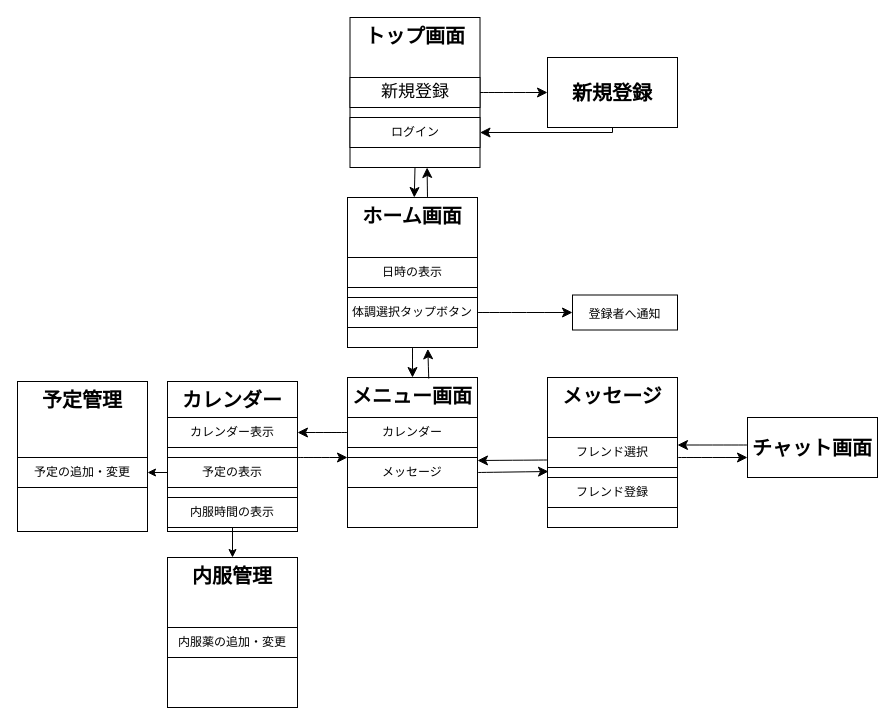
This is 画面遷移図 .drawio from ht19ssts/-, a draw.io file, before an edit. Source tidied: cells renumbered, new cells numbered last; positions are measured from the earlier drawing's top-left corner, leaving out a move shared by most shapes. Both pictures are drawn from the tidied source at 100%, with x=0, y=0 at pixel (17, 17).
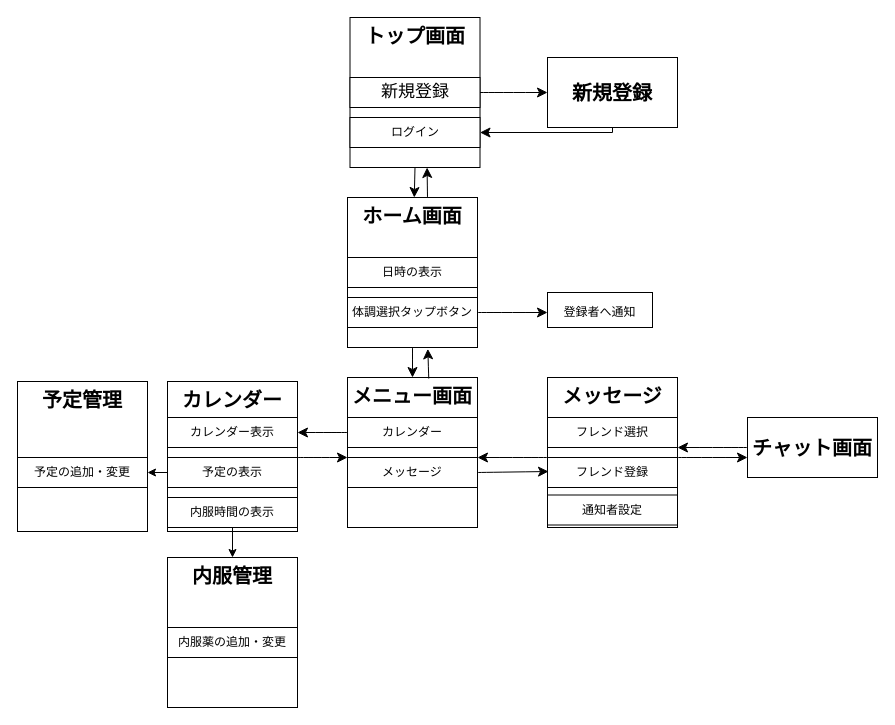
The same page after the edit.

Commit message:
画面遷移図 .drawio を更新します

Unchanged cells that the change refers to:
```xml
<mxCell id="11" value="メッセージ" style="rounded=0;whiteSpace=wrap;html=1;fillColor=#FFFFFF;strokeColor=#000000;" parent="1" vertex="1">
  <mxGeometry x="330" y="440" width="130" height="30" as="geometry" />
</mxCell>
<mxCell id="13" value="体調選択タップボタン" style="rounded=0;whiteSpace=wrap;html=1;fillColor=#FFFFFF;strokeColor=#000000;" parent="1" vertex="1">
  <mxGeometry x="330" y="280" width="130" height="30" as="geometry" />
</mxCell>
<mxCell id="38" value="&lt;div style=&quot;text-align: justify;&quot;&gt;&lt;span style=&quot;background-color: initial; font-size: 20px;&quot;&gt;&lt;b&gt;チャット画面&lt;/b&gt;&lt;/span&gt;&lt;/div&gt;" style="rounded=0;whiteSpace=wrap;html=1;fontSize=16;verticalAlign=middle;" parent="1" vertex="1">
  <mxGeometry x="730" y="400" width="130" height="60" as="geometry" />
</mxCell>
```

The edit, as a diff of the source:
```diff
@@
-    <mxCell id="12" style="edgeStyle=none;curved=1;rounded=0;jettySize=auto;html=1;exitX=1;exitY=0.5;exitDx=0;exitDy=0;entryX=0;entryY=0.5;entryDx=0;entryDy=0;fontSize=12;startSize=8;endSize=8;" parent="1" edge="1" source="13" target="24">
-      <mxGeometry relative="1" as="geometry" />
+    <mxCell id="12" style="edgeStyle=none;curved=1;rounded=0;jettySize=auto;html=1;exitX=1;exitY=0.5;exitDx=0;exitDy=0;fontSize=12;startSize=8;endSize=8;entryX=0;entryY=0.5;entryDx=0;entryDy=0;" parent="1" edge="1" source="13">
+      <mxGeometry relative="1" as="geometry">
+        <mxPoint x="530" y="295" as="targetPoint" />
+      </mxGeometry>
     </mxCell>
@@
     <mxCell id="18" value="フレンド登録" style="rounded=0;whiteSpace=wrap;html=1;fillColor=#FFFFFF;strokeColor=#000000;" parent="1" vertex="1">
-      <mxGeometry x="530" y="460" width="130" height="30" as="geometry" />
+      <mxGeometry x="530" y="440" width="130" height="30" as="geometry" />
     </mxCell>
     <mxCell id="19" value="フレンド選択" style="rounded=0;whiteSpace=wrap;html=1;fillColor=#FFFFFF;strokeColor=#000000;" parent="1" vertex="1">
-      <mxGeometry x="530" y="420" width="130" height="30" as="geometry" />
+      <mxGeometry x="530" y="400" width="130" height="30" as="geometry" />
     </mxCell>
@@
-    <mxCell id="24" value="&lt;span style=&quot;border-color: var(--border-color); text-align: justify; background-color: initial;&quot;&gt;&lt;font style=&quot;border-color: var(--border-color); font-size: 12px;&quot;&gt;登録者へ通知&lt;/font&gt;&lt;/span&gt;" style="rounded=0;whiteSpace=wrap;html=1;fontSize=16;fillColor=#FFFFFF;strokeColor=#000000;" parent="1" vertex="1">
-      <mxGeometry x="555" y="277.5" width="105" height="35" as="geometry" />
-    </mxCell>
@@
-    <mxCell id="27" style="edgeStyle=none;curved=1;rounded=0;jettySize=auto;html=1;exitX=1;exitY=0.667;exitDx=0;exitDy=0;fontSize=12;startSize=8;endSize=8;exitPerimeter=0;" parent="1" edge="1" source="19">
+    <mxCell id="27" style="edgeStyle=none;curved=1;rounded=0;jettySize=auto;html=1;exitX=1;exitY=0;exitDx=0;exitDy=0;fontSize=12;startSize=8;endSize=8;" parent="1" edge="1" source="18">
       <mxGeometry relative="1" as="geometry">
         <mxPoint x="730" y="440" as="targetPoint" />
       </mxGeometry>
     </mxCell>
-    <mxCell id="28" style="endArrow=classic;html=1;rounded=0;fontSize=12;startSize=8;endSize=8;curved=1;exitX=0;exitY=0.25;exitDx=0;exitDy=0;entryX=1;entryY=0.25;entryDx=0;entryDy=0;" parent="1" edge="1" target="19">
-      <mxGeometry relative="1" as="geometry">
-        <mxPoint x="730" y="427.5" as="sourcePoint" />
-      </mxGeometry>
+    <mxCell id="28" style="endArrow=classic;html=1;rounded=0;fontSize=12;startSize=8;endSize=8;curved=1;exitX=0;exitY=0.5;exitDx=0;exitDy=0;entryX=1;entryY=1;entryDx=0;entryDy=0;" parent="1" edge="1" source="38" target="19">
+      <mxGeometry relative="1" as="geometry" />
     </mxCell>
-    <mxCell id="29" style="endArrow=classic;html=1;rounded=0;fontSize=12;startSize=8;endSize=8;curved=1;exitX=0;exitY=0.75;exitDx=0;exitDy=0;" parent="1" edge="1" source="19">
-      <mxGeometry relative="1" as="geometry">
-        <mxPoint x="460" y="443" as="targetPoint" />
-      </mxGeometry>
+    <mxCell id="29" style="endArrow=classic;html=1;rounded=0;fontSize=12;startSize=8;endSize=8;curved=1;exitX=0;exitY=0;exitDx=0;exitDy=0;entryX=1;entryY=0;entryDx=0;entryDy=0;" parent="1" edge="1" source="18" target="11">
+      <mxGeometry relative="1" as="geometry" />
     </mxCell>
@@
+    <mxCell id="24" value="&lt;span style=&quot;border-color: var(--border-color); text-align: justify; background-color: initial;&quot;&gt;&lt;font style=&quot;border-color: var(--border-color); font-size: 12px;&quot;&gt;登録者へ通知&lt;/font&gt;&lt;/span&gt;" style="rounded=0;whiteSpace=wrap;html=1;fontSize=16;fillColor=#FFFFFF;strokeColor=#000000;" parent="1" vertex="1">
+      <mxGeometry x="530" y="275" width="105" height="35" as="geometry" />
+    </mxCell>
+    <mxCell id="41" value="通知者設定" style="rounded=0;whiteSpace=wrap;html=1;fillColor=#FFFFFF;strokeColor=#000000;" parent="1" vertex="1">
+      <mxGeometry x="530" y="477.5" width="130" height="30" as="geometry" />
+    </mxCell>
```
